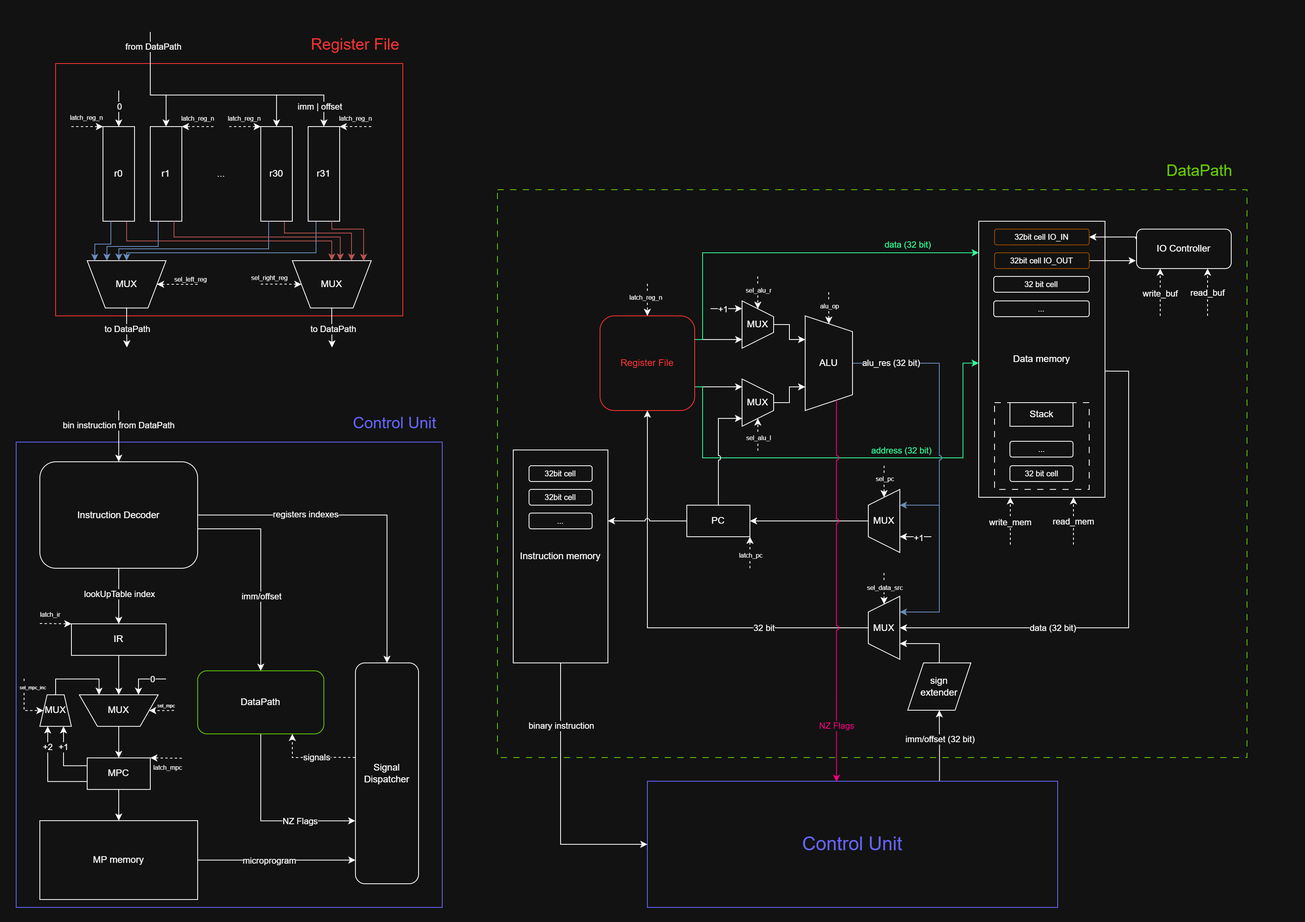
bilyardvmetro/CSA-Lab4 keeps this draw.io diagram as scheme/Machine_scheme.drawio.png. Above is the earlier version. Source tidied: cells renumbered, new cells last; positions are measured from the earlier drawing's top-left corner, leaving out a move shared by most shapes.
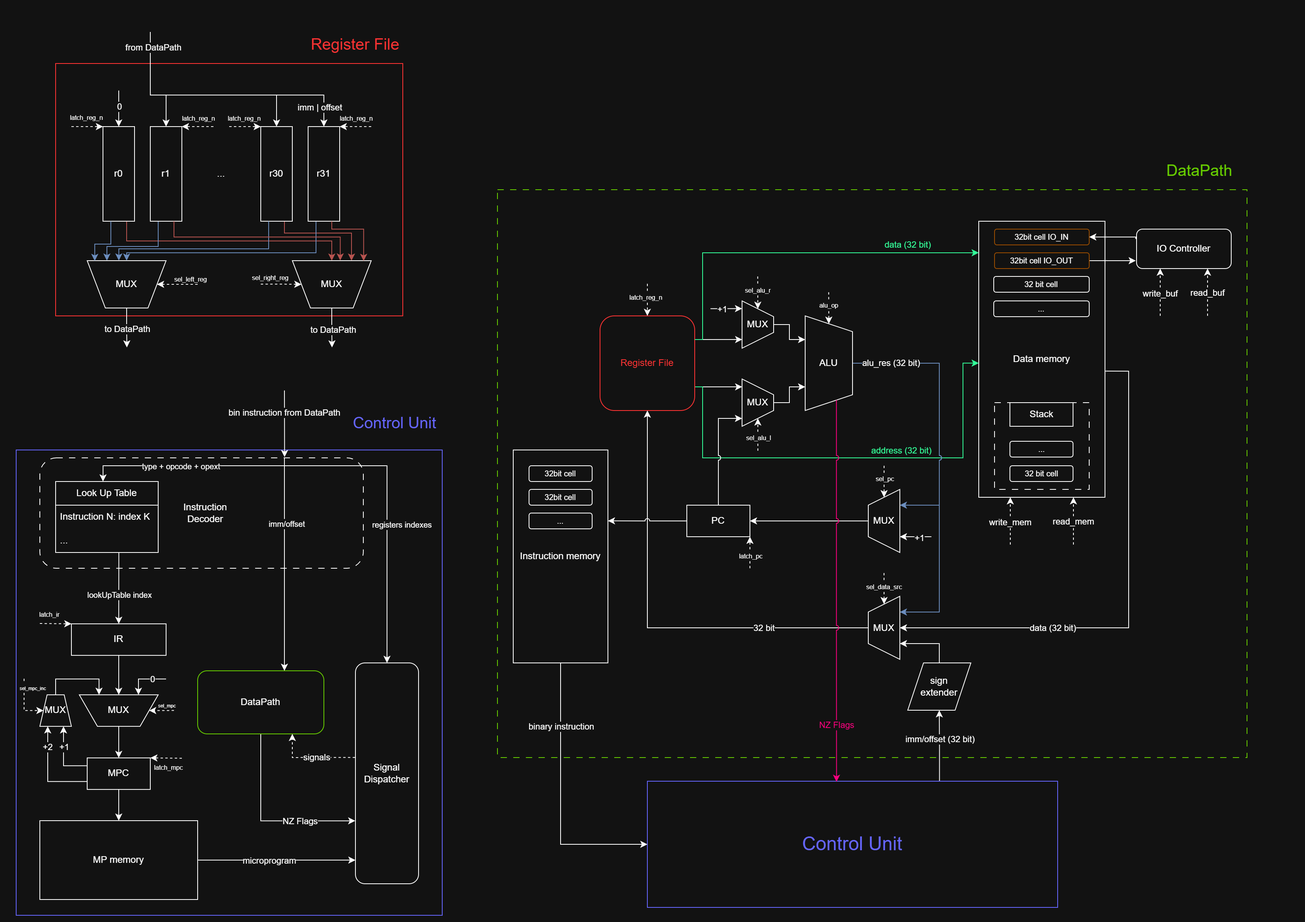
The same file after the commit.

Commit message:
:art: detalized insdtruction decoder

Diff of the diagram source:
```diff
@@ -2,6 +2,9 @@
   <root>
     <mxCell id="0" />
     <mxCell id="1" parent="0" />
+    <mxCell id="49" style="rounded=1;whiteSpace=wrap;html=1;fillColor=none;dashed=1;dashPattern=8 8;" parent="1" vertex="1">
+      <mxGeometry x="30" y="540" width="410" height="140" as="geometry" />
+    </mxCell>
     <mxCell id="2" style="verticalLabelPosition=bottom;verticalAlign=top;html=1;shape=mxgraph.basic.rect;fillColor2=none;strokeWidth=1;size=30;indent=100;fillColor=none;strokeColor=#FF3333;" parent="1" vertex="1">
       <mxGeometry x="50" y="40" width="440" height="320" as="geometry" />
     </mxCell>
@@ -234,28 +237,38 @@
       </mxGeometry>
     </mxCell>
     <mxCell id="43" style="rounded=0;whiteSpace=wrap;html=1;fillColor=none;strokeColor=#6666FF;" parent="1" vertex="1">
-      <mxGeometry y="520" width="540" height="590" as="geometry" />
+      <mxGeometry y="530" width="540" height="590" as="geometry" />
     </mxCell>
     <mxCell id="44" value="&lt;font style=&quot;color: rgb(102, 102, 255); font-size: 20px;&quot;&gt;Control Unit&lt;/font&gt;" style="text;html=1;align=center;verticalAlign=middle;whiteSpace=wrap;rounded=0;" parent="1" vertex="1">
       <mxGeometry x="420" y="480" width="120" height="30" as="geometry" />
     </mxCell>
-    <mxCell id="45" style="edgeStyle=orthogonalEdgeStyle;rounded=0;jettySize=auto;html=1;exitX=1;exitY=0.5;exitDx=0;exitDy=0;entryX=0.5;entryY=0;entryDx=0;entryDy=0;" parent="1" edge="1" source="49" target="68">
-      <mxGeometry relative="1" as="geometry" />
+    <mxCell id="45" style="edgeStyle=orthogonalEdgeStyle;rounded=0;jettySize=auto;html=1;entryX=0.5;entryY=0;entryDx=0;entryDy=0;" parent="1" edge="1" target="68">
+      <mxGeometry relative="1" as="geometry">
+        <mxPoint x="340" y="540" as="sourcePoint" />
+        <Array as="points">
+          <mxPoint x="340" y="550" />
+          <mxPoint x="470" y="550" />
+        </Array>
+      </mxGeometry>
     </mxCell>
-    <mxCell id="46" value="registers indexes" style="edgeLabel;html=1;align=center;verticalAlign=middle;" parent="45" vertex="1">
-      <mxGeometry x="-0.36" y="1" relative="1" as="geometry" />
+    <mxCell id="46" value="&lt;font style=&quot;font-size: 10px;&quot;&gt;registers indexes&lt;/font&gt;" style="edgeLabel;html=1;align=center;verticalAlign=middle;" parent="45" vertex="1">
+      <mxGeometry x="-0.36" y="1" relative="1" as="geometry">
+        <mxPoint x="33" y="75" as="offset" />
+      </mxGeometry>
     </mxCell>
-    <mxCell id="47" style="edgeStyle=orthogonalEdgeStyle;rounded=0;jettySize=auto;html=1;exitX=0.5;exitY=1;exitDx=0;exitDy=0;entryX=0.5;entryY=0;entryDx=0;entryDy=0;" parent="1" edge="1" source="49" target="51">
-      <mxGeometry relative="1" as="geometry" />
+    <mxCell id="47" style="edgeStyle=orthogonalEdgeStyle;rounded=0;jettySize=auto;html=1;entryX=0.5;entryY=0;entryDx=0;entryDy=0;exitX=0.616;exitY=1.006;exitDx=0;exitDy=0;exitPerimeter=0;" parent="1" edge="1" source="165" target="51">
+      <mxGeometry relative="1" as="geometry">
+        <Array as="points">
+          <mxPoint x="130" y="670" />
+          <mxPoint x="130" y="670" />
+        </Array>
+      </mxGeometry>
     </mxCell>
-    <mxCell id="48" value="lookUpTable index" style="edgeLabel;html=1;align=center;verticalAlign=middle;" parent="47" vertex="1">
+    <mxCell id="48" value="&lt;font style=&quot;font-size: 10px;&quot;&gt;lookUpTable index&lt;/font&gt;" style="edgeLabel;html=1;align=center;verticalAlign=middle;" parent="47" vertex="1">
       <mxGeometry x="-0.38" y="-1" relative="1" as="geometry">
-        <mxPoint x="1" y="10" as="offset" />
+        <mxPoint x="1" y="25" as="offset" />
       </mxGeometry>
     </mxCell>
-    <mxCell id="49" value="Instruction Decoder" style="rounded=1;whiteSpace=wrap;html=1;" parent="1" vertex="1">
-      <mxGeometry x="30" y="545" width="200" height="135" as="geometry" />
-    </mxCell>
     <mxCell id="50" style="edgeStyle=orthogonalEdgeStyle;rounded=0;jettySize=auto;html=1;exitX=0.5;exitY=1;exitDx=0;exitDy=0;entryX=0.5;entryY=0;entryDx=0;entryDy=0;" parent="1" edge="1" source="51" target="53">
       <mxGeometry relative="1" as="geometry" />
     </mxCell>
@@ -342,17 +355,19 @@
         <mxPoint x="5" y="3" as="offset" />
       </mxGeometry>
     </mxCell>
-    <mxCell id="71" style="edgeStyle=orthogonalEdgeStyle;rounded=0;jettySize=auto;html=1;exitX=1;exitY=0.5;exitDx=0;exitDy=0;entryX=0.5;entryY=0;entryDx=0;entryDy=0;" parent="1" edge="1" source="49" target="58">
+    <mxCell id="71" style="edgeStyle=orthogonalEdgeStyle;rounded=0;orthogonalLoop=1;jettySize=auto;html=1;" parent="1" edge="1">
       <mxGeometry relative="1" as="geometry">
+        <mxPoint x="340" y="550" as="sourcePoint" />
+        <mxPoint x="340" y="810" as="targetPoint" />
         <Array as="points">
-          <mxPoint x="230" y="630" />
-          <mxPoint x="310" y="630" />
+          <mxPoint x="340" y="700" />
+          <mxPoint x="340" y="700" />
         </Array>
       </mxGeometry>
     </mxCell>
-    <mxCell id="72" value="&lt;font&gt;imm/offset&lt;/font&gt;" style="edgeLabel;html=1;align=center;verticalAlign=middle;" parent="71" vertex="1">
+    <mxCell id="72" value="&lt;font style=&quot;font-size: 10px;&quot;&gt;imm/offset&lt;/font&gt;" style="edgeLabel;html=1;align=center;verticalAlign=middle;" parent="71" vertex="1">
       <mxGeometry x="-0.06" y="-1" relative="1" as="geometry">
-        <mxPoint x="1" y="52" as="offset" />
+        <mxPoint x="3" y="-50" as="offset" />
       </mxGeometry>
     </mxCell>
     <mxCell id="73" style="endArrow=classic;html=1;rounded=0;dashed=1;entryX=1;entryY=0.5;entryDx=0;entryDy=0;" parent="1" edge="1" target="53">
@@ -748,13 +763,16 @@
     <mxCell id="158" value="sign&lt;div&gt;&lt;span style=&quot;background-color: transparent; color: light-dark(rgb(0, 0, 0), rgb(255, 255, 255));&quot;&gt;extender&lt;/span&gt;&lt;/div&gt;" style="shape=parallelogram;perimeter=parallelogramPerimeter;whiteSpace=wrap;html=1;fixedSize=1;" parent="1" vertex="1">
       <mxGeometry x="1130" y="800" width="80" height="60" as="geometry" />
     </mxCell>
-    <mxCell id="159" style="endArrow=classic;html=1;rounded=0;entryX=0.5;entryY=0;entryDx=0;entryDy=0;" parent="1" edge="1" target="49">
+    <mxCell id="159" style="endArrow=classic;html=1;rounded=0;entryX=0.659;entryY=-0.004;entryDx=0;entryDy=0;entryPerimeter=0;" parent="1" edge="1">
       <mxGeometry relative="1" as="geometry">
-        <mxPoint x="130" y="480" as="sourcePoint" />
+        <mxPoint x="340" y="454.6" as="sourcePoint" />
+        <mxPoint x="340.2" y="539" as="targetPoint" />
       </mxGeometry>
     </mxCell>
     <mxCell id="160" value="bin instruction from DataPath" style="edgeLabel;html=1;align=center;verticalAlign=middle;" parent="159" vertex="1">
-      <mxGeometry x="-0.43" y="-1" relative="1" as="geometry" />
+      <mxGeometry x="-0.43" y="-1" relative="1" as="geometry">
+        <mxPoint y="4" as="offset" />
+      </mxGeometry>
     </mxCell>
     <mxCell id="161" style="edgeStyle=orthogonalEdgeStyle;rounded=0;jettySize=auto;html=1;exitX=1;exitY=0.5;exitDx=0;exitDy=0;" parent="1" edge="1" source="67">
       <mxGeometry relative="1" as="geometry">
@@ -766,5 +784,32 @@
         <mxPoint x="8" y="-2" as="offset" />
       </mxGeometry>
     </mxCell>
+    <mxCell id="163" value="Look Up Table" style="swimlane;fontStyle=0;horizontal=1;startSize=30;whiteSpace=wrap;html=1;" parent="1" vertex="1">
+      <mxGeometry x="50" y="570" width="130" height="90" as="geometry" />
+    </mxCell>
+    <mxCell id="164" value="Instruction N: index K" style="text;strokeColor=none;fillColor=none;align=left;verticalAlign=middle;spacingLeft=4;spacingRight=4;overflow=hidden;whiteSpace=wrap;html=1;" parent="163" vertex="1">
+      <mxGeometry y="30" width="130" height="30" as="geometry" />
+    </mxCell>
+    <mxCell id="165" value="..." style="text;strokeColor=none;fillColor=none;align=left;verticalAlign=middle;spacingLeft=4;spacingRight=4;overflow=hidden;points=[[0,0.5],[1,0.5]];portConstraint=eastwest;whiteSpace=wrap;html=1;" parent="163" vertex="1">
+      <mxGeometry y="60" width="130" height="30" as="geometry" />
+    </mxCell>
+    <mxCell id="166" style="endArrow=classic;html=1;rounded=0;edgeStyle=orthogonalEdgeStyle;entryX=0.462;entryY=0;entryDx=0;entryDy=0;entryPerimeter=0;" parent="1" edge="1" target="163">
+      <mxGeometry relative="1" as="geometry">
+        <mxPoint x="340" y="540" as="sourcePoint" />
+        <Array as="points">
+          <mxPoint x="340" y="550" />
+          <mxPoint x="110" y="550" />
+          <mxPoint x="110" y="570" />
+        </Array>
+      </mxGeometry>
+    </mxCell>
+    <mxCell id="167" value="&lt;font style=&quot;font-size: 10px;&quot;&gt;type + opcode + opext&lt;/font&gt;" style="edgeLabel;html=1;align=center;verticalAlign=middle;" parent="166" vertex="1">
+      <mxGeometry x="0.2" relative="1" as="geometry">
+        <mxPoint x="13" as="offset" />
+      </mxGeometry>
+    </mxCell>
+    <mxCell id="168" value="Instruction Decoder" style="text;html=1;align=center;verticalAlign=middle;whiteSpace=wrap;rounded=0;" parent="1" vertex="1">
+      <mxGeometry x="200" y="580" width="80" height="60" as="geometry" />
+    </mxCell>
   </root>
 </mxGraphModel>
```
